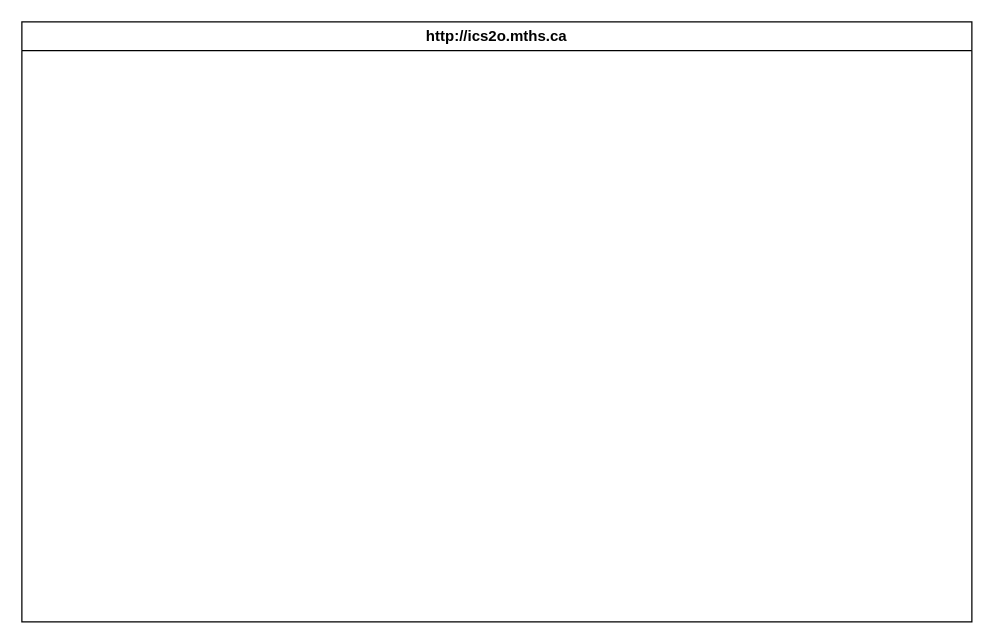
The draw.io diagram design/storyboard.drawio in MTHS-ICS2O-2-2022/ICS2O-Unit-5-06-Yuri-Gabutero24, before the edit. Source tidied: cells renumbered, new cells numbered last; positions are measured from the earlier drawing's top-left corner, leaving out a move shared by most shapes. Both pictures are drawn from the tidied source at 125%, with x=0, y=0 at pixel (21, 21).
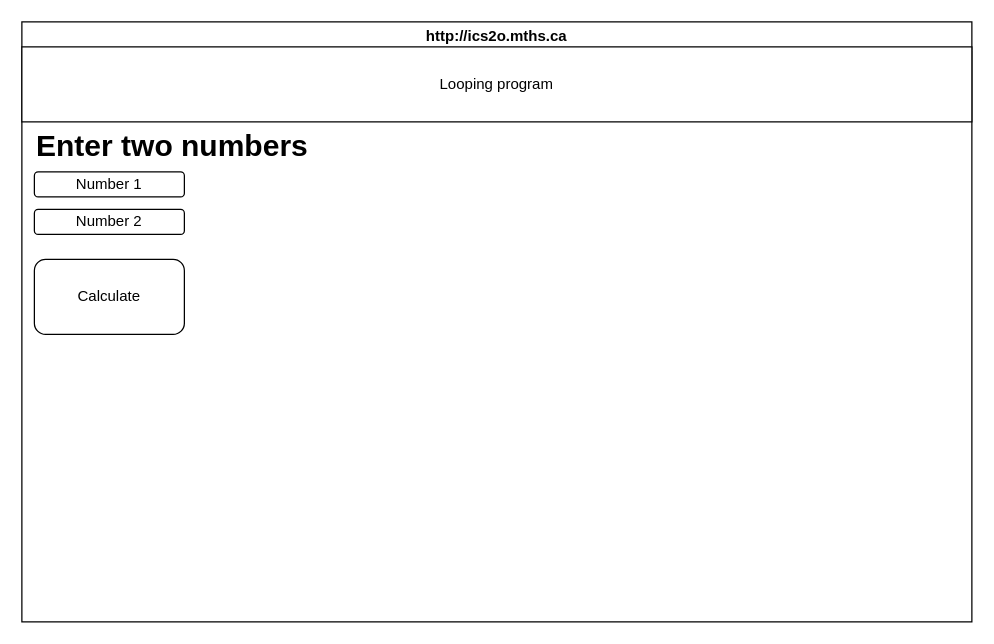
The same page after the edit.

The edit, as a diff of the source:
```diff
@@
 <mxGraphModel>
   <root>
     <mxCell id="0" />
     <mxCell id="1" parent="0" />
     <mxCell id="2" value="http://ics2o.mths.ca" style="swimlane;whiteSpace=wrap;html=1;" parent="1" vertex="1">
       <mxGeometry width="760" height="480" as="geometry" />
     </mxCell>
+    <mxCell id="3" value="Enter two numbers" style="text;strokeColor=none;fillColor=none;html=1;fontSize=24;fontStyle=1;verticalAlign=middle;align=center;" parent="2" vertex="1">
+      <mxGeometry x="70" y="80" width="100" height="40" as="geometry" />
+    </mxCell>
+    <mxCell id="4" value="Number 1" style="rounded=1;whiteSpace=wrap;html=1;" parent="2" vertex="1">
+      <mxGeometry x="10" y="120" width="120" height="20" as="geometry" />
+    </mxCell>
+    <mxCell id="5" value="Number 2" style="rounded=1;whiteSpace=wrap;html=1;" parent="2" vertex="1">
+      <mxGeometry x="10" y="150" width="120" height="20" as="geometry" />
+    </mxCell>
+    <mxCell id="6" value="Calculate" style="rounded=1;whiteSpace=wrap;html=1;" parent="2" vertex="1">
+      <mxGeometry x="10" y="190" width="120" height="60" as="geometry" />
+    </mxCell>
+    <mxCell id="7" value="Looping program" style="rounded=0;whiteSpace=wrap;html=1;" parent="1" vertex="1">
+      <mxGeometry y="20" width="760" height="60" as="geometry" />
+    </mxCell>
   </root>
 </mxGraphModel>
```
